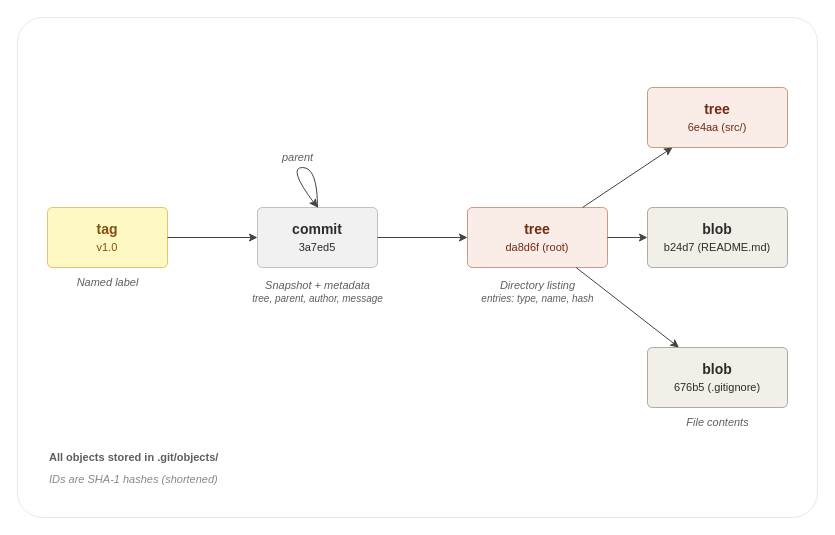
This is assets/drawio/git-object-model.drawio from braboj/tutorial-git, a draw.io file, before an edit. Source tidied: cells renumbered, new cells numbered last; positions are measured from the earlier drawing's top-left corner, leaving out a move shared by most shapes. Both pictures are drawn from the tidied source at 100%, with x=0, y=0 at pixel (17, 17).
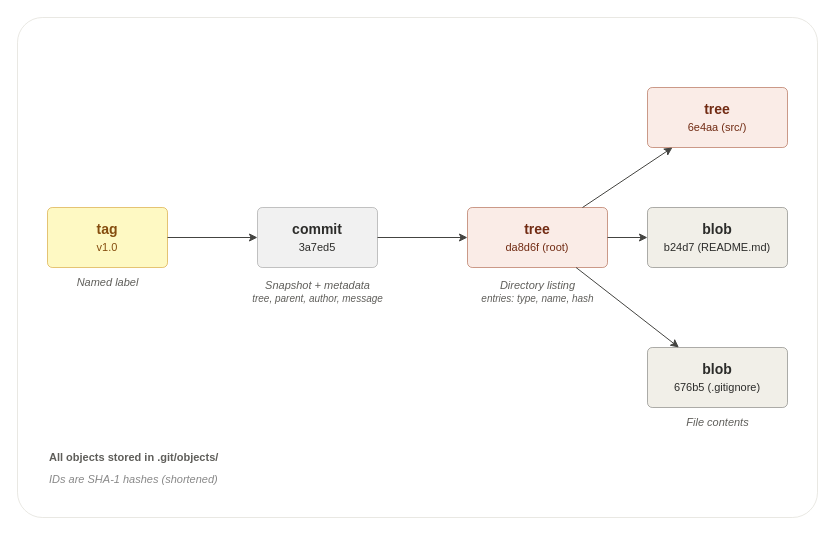
The same page after the edit.

Commit message (it also covers changes not shown here):
fix: remove self-loop from object model diagram, update prose

Change to the diagram source:
```diff
@@
-    <mxCell id="14" style="endArrow=classic;html=1;strokeColor=#444441;strokeWidth=1;endFill=1;endSize=6;curved=1;" parent="1" edge="1">
-      <mxGeometry relative="1" as="geometry">
-        <mxPoint x="300" y="190" as="sourcePoint" />
-        <mxPoint x="300" y="190" as="targetPoint" />
-        <Array as="points">
-          <mxPoint x="300" y="150" />
-          <mxPoint x="270" y="150" />
-        </Array>
-      </mxGeometry>
-    </mxCell>
-    <mxCell id="15" value="parent" style="text;html=1;align=center;verticalAlign=middle;fontSize=11;fontColor=#5F5E5A;fontFamily=Helvetica;fontStyle=2;" parent="1" vertex="1">
-      <mxGeometry x="255" y="130" width="50" height="20" as="geometry" />
-    </mxCell>
```
